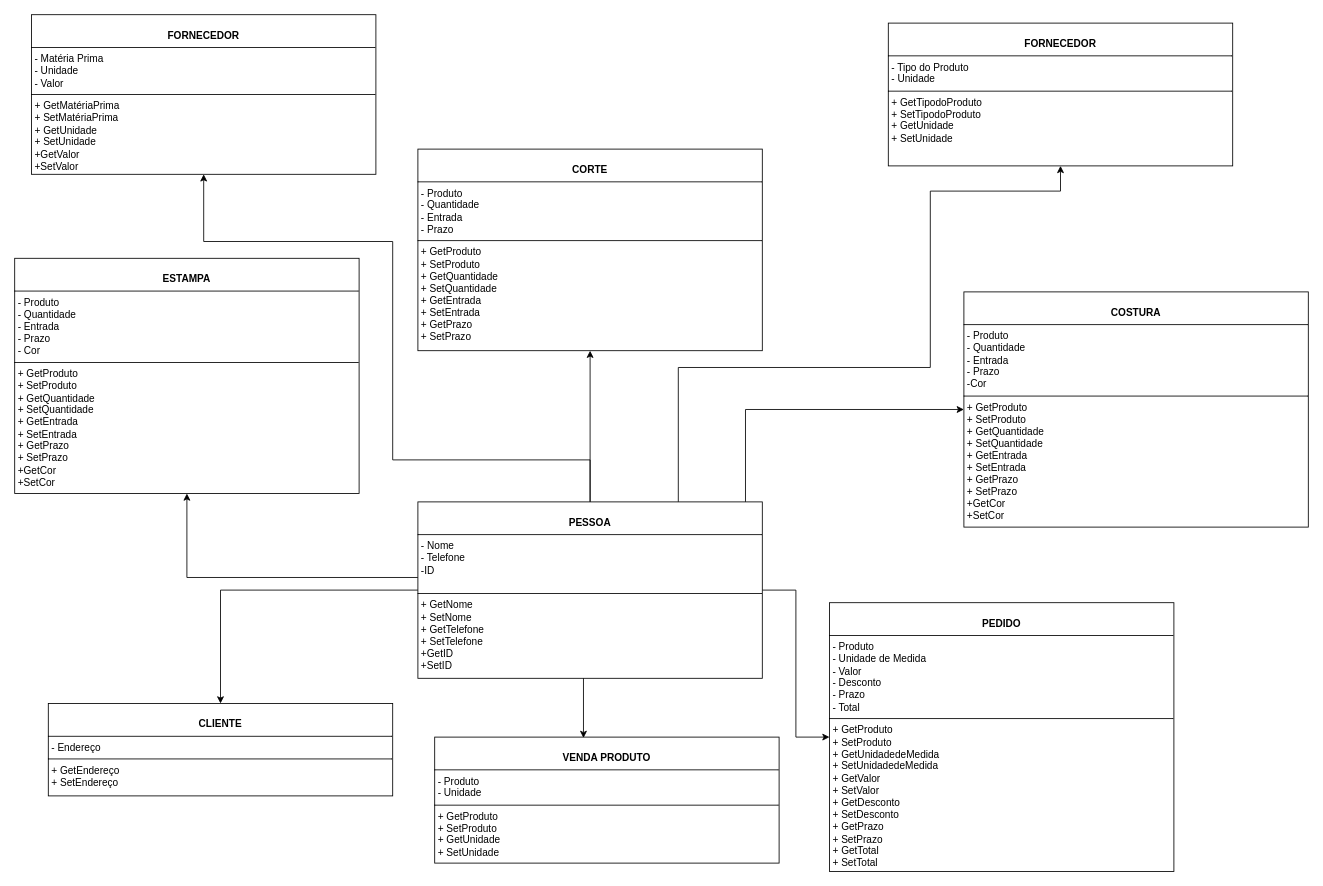
Before: page "Página-1" (1 of 3) of DOC/classes.drawio in juliareis14/avatar.app, a draw.io diagram. Source tidied: cells renumbered, new cells numbered last; positions are measured from the earlier drawing's top-left corner, leaving out a move shared by most shapes. Both pictures are drawn from the tidied source at 84%, with x=0, y=0 at pixel (14, 14).
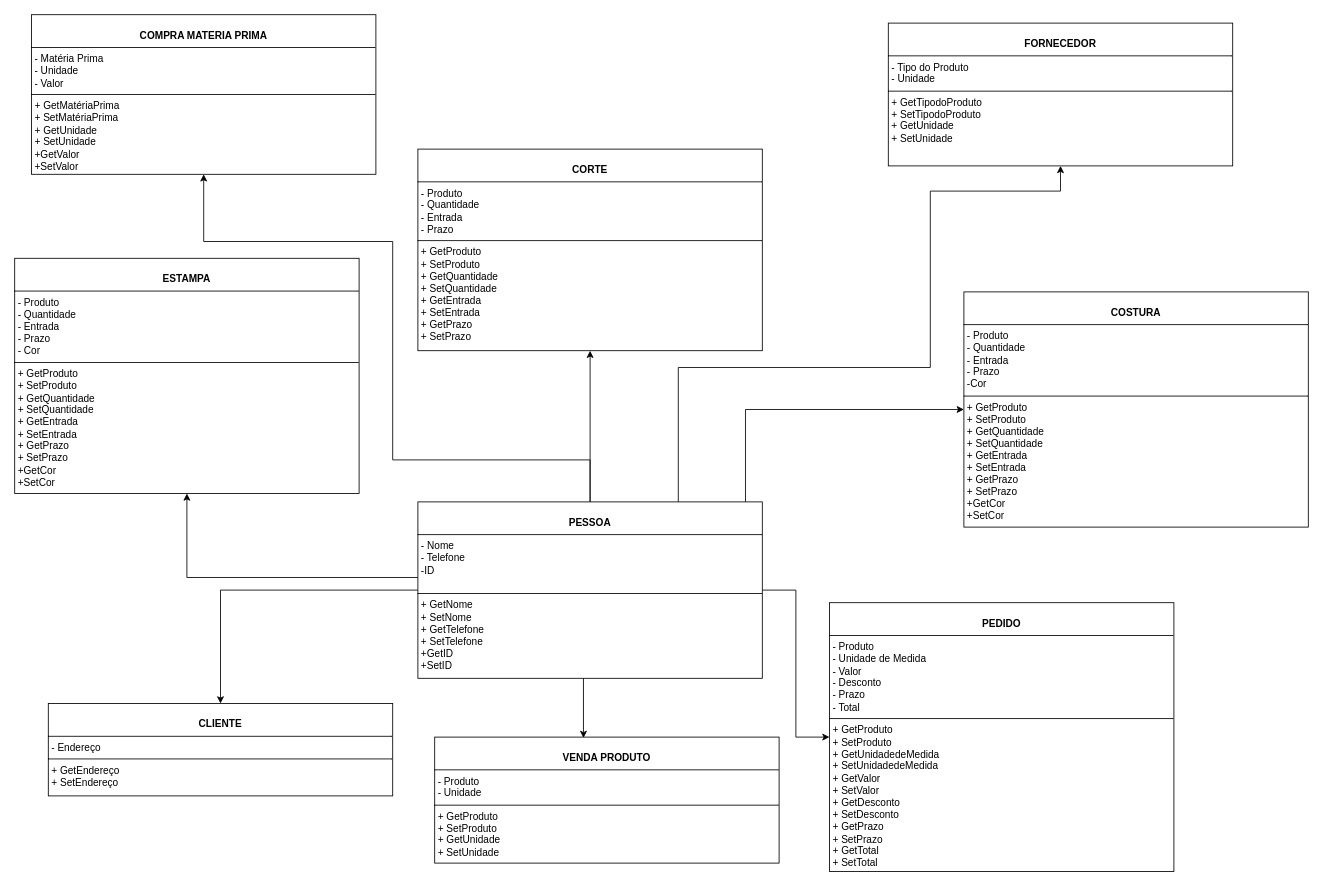
The same page after the edit.

What changed in the source:
```diff
@@
-    <mxCell id="18" value="&lt;p style=&quot;margin:0px;margin-top:4px;text-align:center;&quot;&gt;&lt;br&gt;&lt;b&gt;FORNECEDOR&lt;/b&gt;&lt;/p&gt;&lt;hr size=&quot;1&quot; style=&quot;border-style:solid;&quot;&gt;&lt;p style=&quot;margin:0px;margin-left:4px;&quot;&gt;- Matéria Prima&lt;/p&gt;&lt;p style=&quot;margin:0px;margin-left:4px;&quot;&gt;- Unidade&lt;/p&gt;&lt;p style=&quot;margin:0px;margin-left:4px;&quot;&gt;- Valor&lt;/p&gt;&lt;hr size=&quot;1&quot; style=&quot;border-style:solid;&quot;&gt;&lt;p style=&quot;margin:0px;margin-left:4px;&quot;&gt;&lt;span style=&quot;background-color: initial;&quot;&gt;+ Get&lt;/span&gt;&lt;span style=&quot;background-color: initial;&quot;&gt;MatériaPrima&lt;/span&gt;&lt;/p&gt;&lt;p style=&quot;margin:0px;margin-left:4px;&quot;&gt;+ Set&lt;span style=&quot;background-color: initial;&quot;&gt;MatériaPrima&lt;/span&gt;&lt;/p&gt;&lt;p style=&quot;margin:0px;margin-left:4px;&quot;&gt;+ Get&lt;span style=&quot;background-color: initial;&quot;&gt;Unidade&lt;/span&gt;&lt;/p&gt;&lt;p style=&quot;margin:0px;margin-left:4px;&quot;&gt;+ Set&lt;span style=&quot;background-color: initial;&quot;&gt;Unidade&lt;/span&gt;&lt;/p&gt;&lt;p style=&quot;margin:0px;margin-left:4px;&quot;&gt;&lt;span style=&quot;background-color: initial;&quot;&gt;+GetValor&lt;/span&gt;&lt;/p&gt;&lt;p style=&quot;margin:0px;margin-left:4px;&quot;&gt;&lt;span style=&quot;background-color: initial;&quot;&gt;+SetValor&lt;/span&gt;&lt;/p&gt;&lt;p style=&quot;margin:0px;margin-left:4px;&quot;&gt;&lt;br&gt;&lt;/p&gt;&lt;p style=&quot;margin:0px;margin-left:4px;&quot;&gt;&lt;br&gt;&lt;/p&gt;" style="verticalAlign=top;align=left;overflow=fill;html=1;whiteSpace=wrap;" parent="1" vertex="1">
+    <mxCell id="18" value="&lt;p style=&quot;margin:0px;margin-top:4px;text-align:center;&quot;&gt;&lt;br&gt;&lt;b&gt;COMPRA MATERIA PRIMA&lt;/b&gt;&lt;/p&gt;&lt;hr size=&quot;1&quot; style=&quot;border-style:solid;&quot;&gt;&lt;p style=&quot;margin:0px;margin-left:4px;&quot;&gt;- Matéria Prima&lt;/p&gt;&lt;p style=&quot;margin:0px;margin-left:4px;&quot;&gt;- Unidade&lt;/p&gt;&lt;p style=&quot;margin:0px;margin-left:4px;&quot;&gt;- Valor&lt;/p&gt;&lt;hr size=&quot;1&quot; style=&quot;border-style:solid;&quot;&gt;&lt;p style=&quot;margin:0px;margin-left:4px;&quot;&gt;&lt;span style=&quot;background-color: initial;&quot;&gt;+ Get&lt;/span&gt;&lt;span style=&quot;background-color: initial;&quot;&gt;MatériaPrima&lt;/span&gt;&lt;/p&gt;&lt;p style=&quot;margin:0px;margin-left:4px;&quot;&gt;+ Set&lt;span style=&quot;background-color: initial;&quot;&gt;MatériaPrima&lt;/span&gt;&lt;/p&gt;&lt;p style=&quot;margin:0px;margin-left:4px;&quot;&gt;+ Get&lt;span style=&quot;background-color: initial;&quot;&gt;Unidade&lt;/span&gt;&lt;/p&gt;&lt;p style=&quot;margin:0px;margin-left:4px;&quot;&gt;+ Set&lt;span style=&quot;background-color: initial;&quot;&gt;Unidade&lt;/span&gt;&lt;/p&gt;&lt;p style=&quot;margin:0px;margin-left:4px;&quot;&gt;&lt;span style=&quot;background-color: initial;&quot;&gt;+GetValor&lt;/span&gt;&lt;/p&gt;&lt;p style=&quot;margin:0px;margin-left:4px;&quot;&gt;&lt;span style=&quot;background-color: initial;&quot;&gt;+SetValor&lt;/span&gt;&lt;/p&gt;&lt;p style=&quot;margin:0px;margin-left:4px;&quot;&gt;&lt;br&gt;&lt;/p&gt;&lt;p style=&quot;margin:0px;margin-left:4px;&quot;&gt;&lt;br&gt;&lt;/p&gt;" style="verticalAlign=top;align=left;overflow=fill;html=1;whiteSpace=wrap;" parent="1" vertex="1">
       <mxGeometry x="20" width="410" height="190" as="geometry" />
     </mxCell>
```
